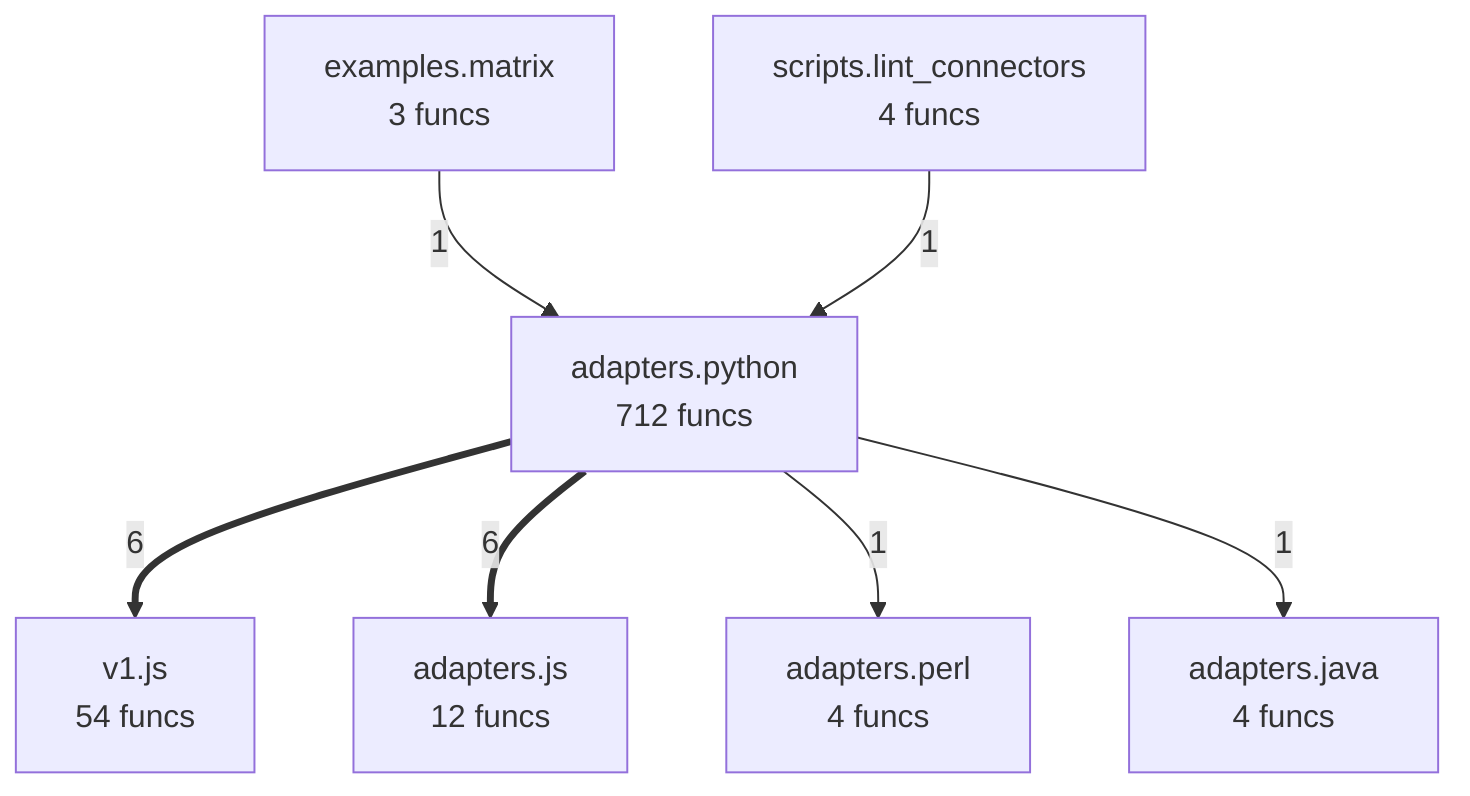
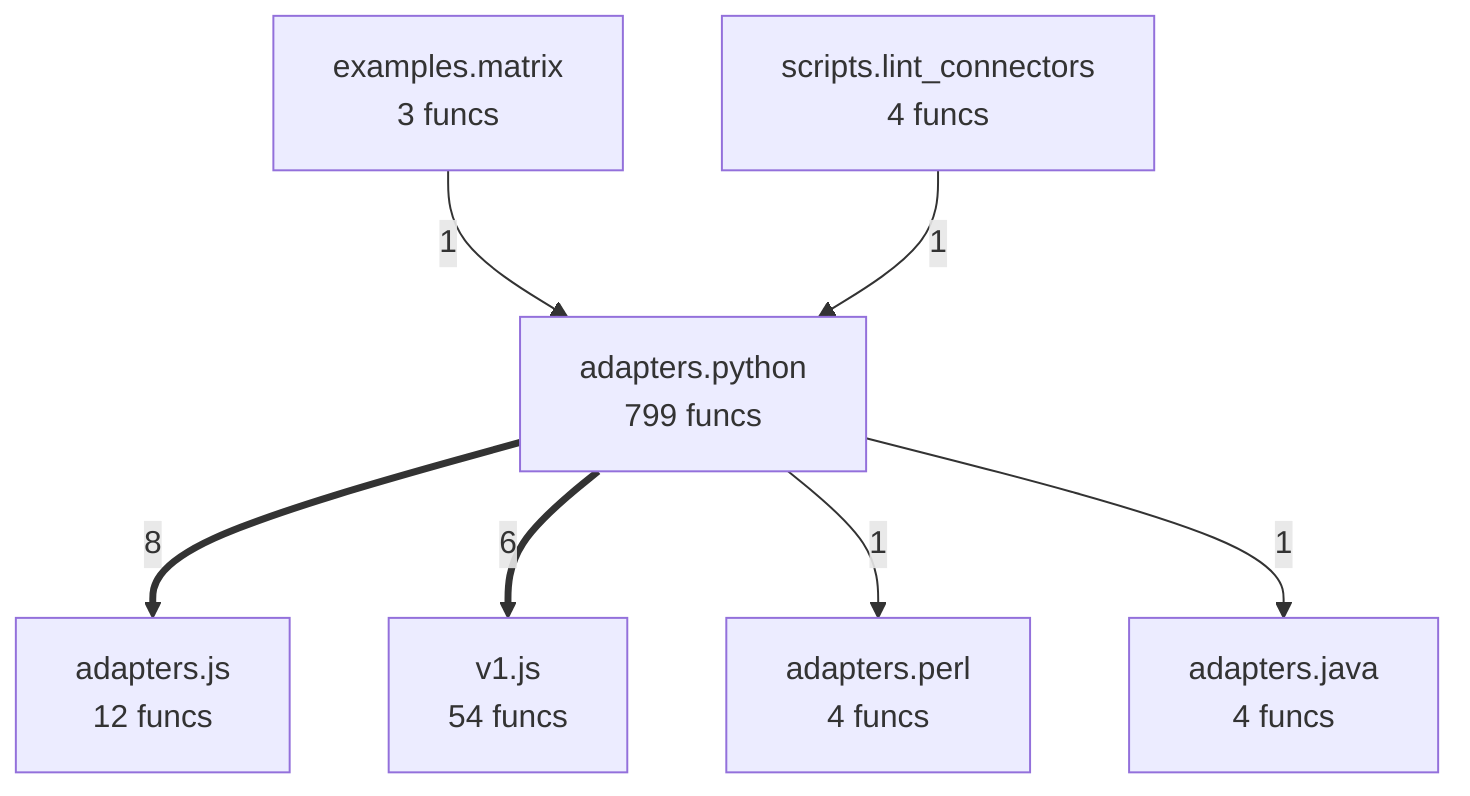
flowchart TD
%% generated in 0.02s
    adapters__java["adapters.java<br/>4 funcs"]
    adapters__js["adapters.js<br/>12 funcs"]
    adapters__perl["adapters.perl<br/>4 funcs"]
-     adapters__python["adapters.python<br/>712 funcs"]
+     adapters__python["adapters.python<br/>799 funcs"]
    examples__matrix["examples.matrix<br/>3 funcs"]
    scripts__lint_connectors["scripts.lint_connectors<br/>4 funcs"]
    v1__js["v1.js<br/>54 funcs"]
+     adapters__python ==>|8| adapters__js
    adapters__python ==>|6| v1__js
-     adapters__python ==>|6| adapters__js
    examples__matrix -->|1| adapters__python
    scripts__lint_connectors -->|1| adapters__python
    adapters__python -->|1| adapters__perl
    adapters__python -->|1| adapters__java
